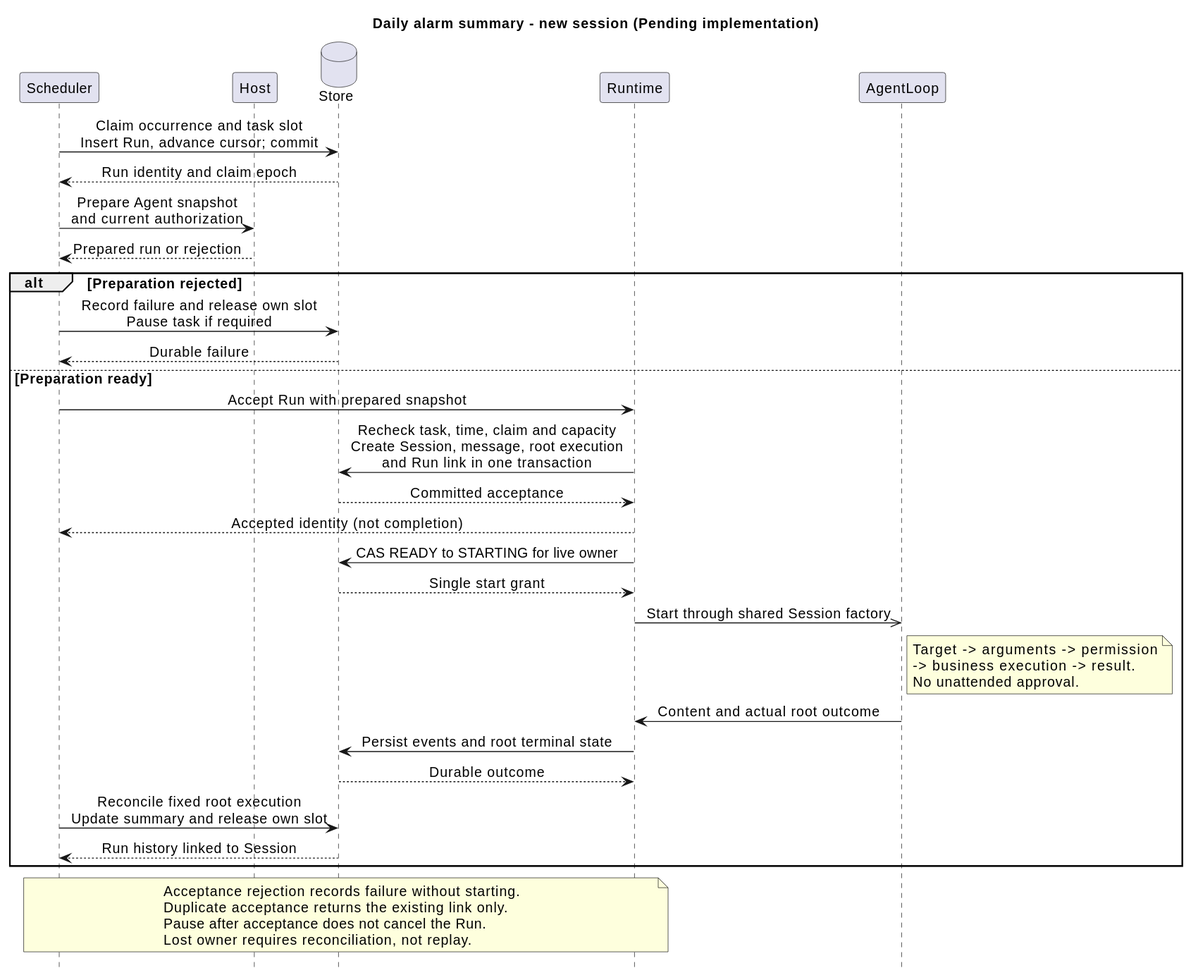
ssm0808/pi-mono-java-design keeps this PlantUML diagram as 01-总体架构/08-CampusClaw定时任务/scheduled_run_sequence.svg. Above is the earlier version. Source of this version:
```plantuml
@startuml
title Daily alarm summary - new session (Pending implementation)
hide footbox
skinparam backgroundColor white
skinparam defaultFontSize 14
skinparam sequenceMessageAlign center
participant Scheduler
participant Host
database Store
participant Runtime
participant AgentLoop
Scheduler -> Store : Claim occurrence and task slot\nInsert Run, advance cursor; commit
Store --> Scheduler : Run identity and claim epoch
Scheduler -> Host : Prepare Agent snapshot\nand current authorization
Host --> Scheduler : Prepared run or rejection
alt Preparation rejected
  Scheduler -> Store : Record failure and release own slot\nPause task if required
  Store --> Scheduler : Durable failure
else Preparation ready
  Scheduler -> Runtime : Accept Run with prepared snapshot
  Runtime -> Store : Recheck task, time, claim and capacity\nCreate Session, message, root execution\nand Run link in one transaction
  Store --> Runtime : Committed acceptance
  Runtime --> Scheduler : Accepted identity (not completion)
  Runtime -> Store : CAS READY to STARTING for live owner
  Store --> Runtime : Single start grant
  Runtime ->> AgentLoop : Start through shared Session factory
  note right of AgentLoop
    Target -> arguments -> permission
    -> business execution -> result.
    No unattended approval.
  end note
  AgentLoop -> Runtime : Content and actual root outcome
  Runtime -> Store : Persist events and root terminal state
  Store --> Runtime : Durable outcome
  Scheduler -> Store : Reconcile fixed root execution\nUpdate summary and release own slot
  Store --> Scheduler : Run history linked to Session
end
note over Scheduler, Runtime
  Acceptance rejection records failure without starting.
  Duplicate acceptance returns the existing link only.
  Pause after acceptance does not cancel the Run.
  Lost owner requires reconciliation, not replay.
end note
@enduml
```
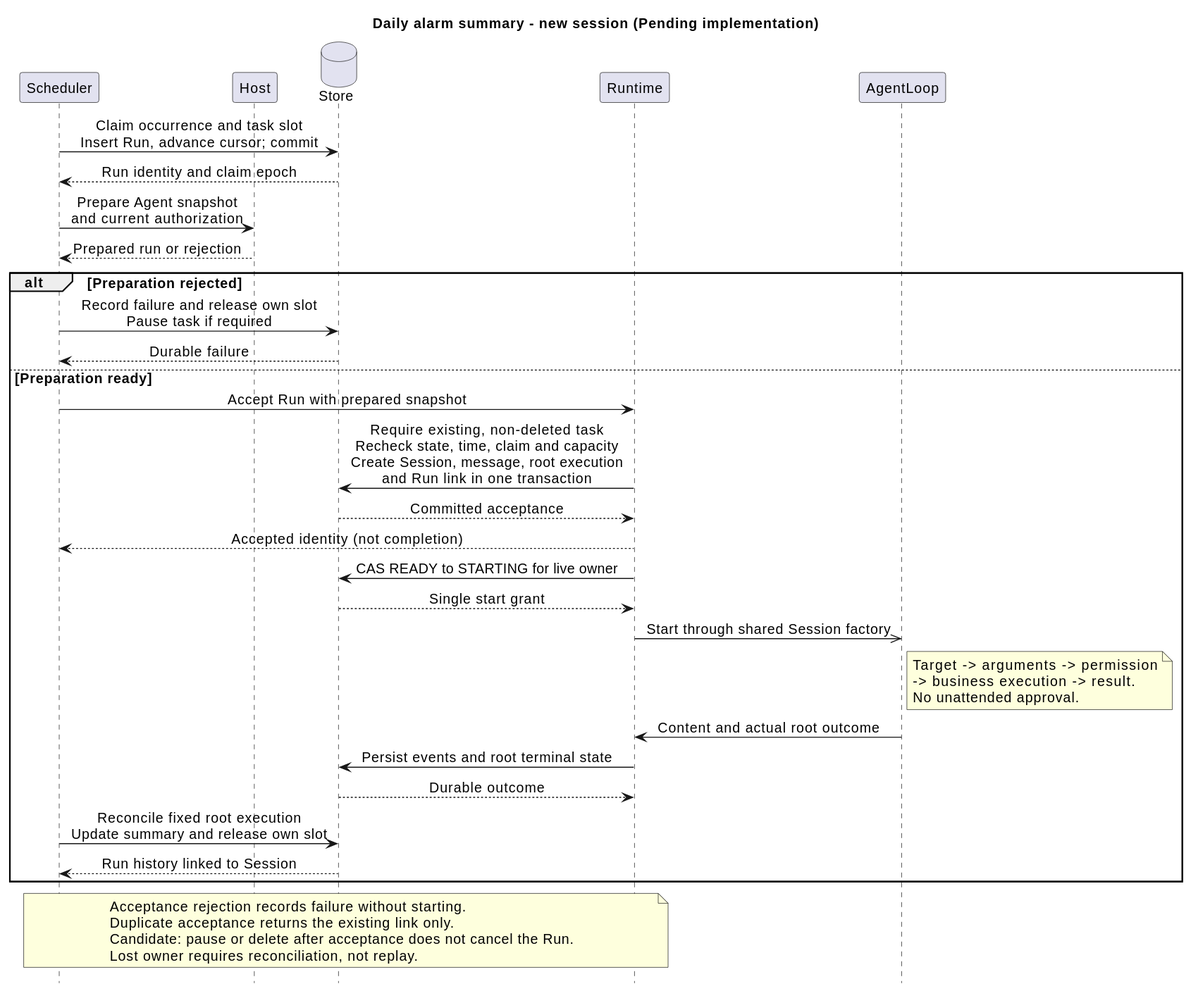
The same file after the commit.

What changed in the source:
```diff
@@ -18,7 +18,7 @@
   Store --> Scheduler : Durable failure
 else Preparation ready
   Scheduler -> Runtime : Accept Run with prepared snapshot
-  Runtime -> Store : Recheck task, time, claim and capacity\nCreate Session, message, root execution\nand Run link in one transaction
+  Runtime -> Store : Require existing, non-deleted task\nRecheck state, time, claim and capacity\nCreate Session, message, root execution\nand Run link in one transaction
   Store --> Runtime : Committed acceptance
   Runtime --> Scheduler : Accepted identity (not completion)
   Runtime -> Store : CAS READY to STARTING for live owner
@@ -38,7 +38,7 @@
 note over Scheduler, Runtime
   Acceptance rejection records failure without starting.
   Duplicate acceptance returns the existing link only.
-  Pause after acceptance does not cancel the Run.
+  Candidate: pause or delete after acceptance does not cancel the Run.
   Lost owner requires reconciliation, not replay.
 end note
 @enduml
```
